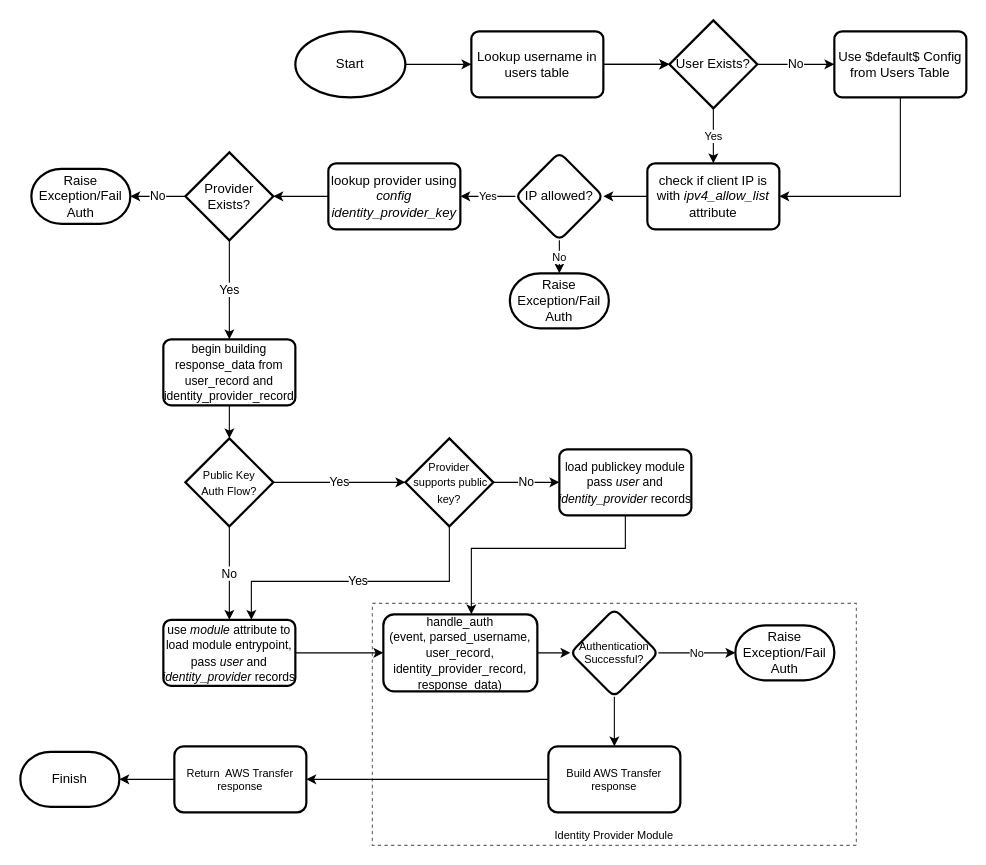
Before: page "authentication-logic" (2 of 4) of solutions/custom-idp/diagrams/aws-transfer-custom-idp-solution.drawio in aws-samples/toolkit-for-aws-transfer-family, a draw.io diagram. Source tidied: cells renumbered, new cells numbered last; positions are measured from the earlier drawing's top-left corner, leaving out a move shared by most shapes. Both pictures are drawn from the tidied source at 110%, with x=0, y=0 at pixel (20, 20).
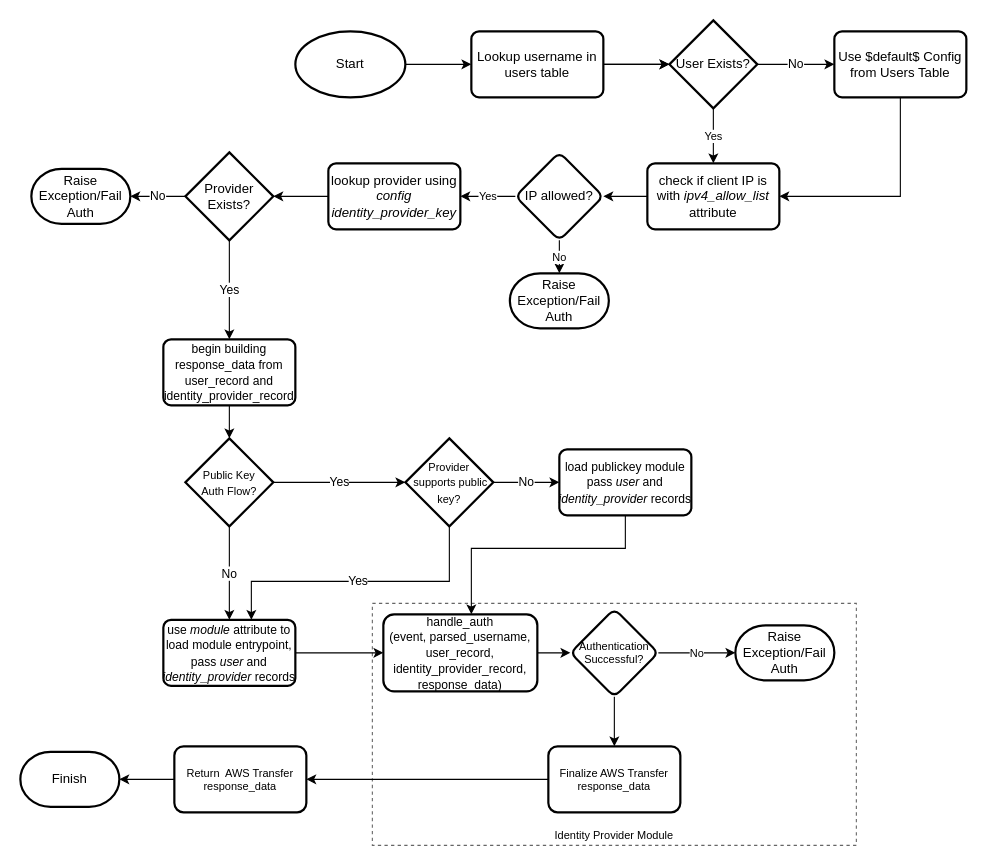
After the change.

Change to the diagram source:
```diff
@@
-    <mxCell id="27" value="Build AWS Transfer response" style="whiteSpace=wrap;html=1;fontSize=10;rounded=1;arcSize=14;strokeWidth=2;" parent="1" vertex="1">
+    <mxCell id="27" value="Finalize AWS Transfer response_data" style="whiteSpace=wrap;html=1;fontSize=10;rounded=1;arcSize=14;strokeWidth=2;" parent="1" vertex="1">
       <mxGeometry x="480" y="660" width="120" height="60" as="geometry" />
     </mxCell>
@@
-    <mxCell id="29" value="Return&amp;nbsp; AWS Transfer response" style="whiteSpace=wrap;html=1;fontSize=10;rounded=1;arcSize=14;strokeWidth=2;" parent="1" vertex="1">
+    <mxCell id="29" value="Return&amp;nbsp; AWS Transfer response_data" style="whiteSpace=wrap;html=1;fontSize=10;rounded=1;arcSize=14;strokeWidth=2;" parent="1" vertex="1">
       <mxGeometry x="140" y="660" width="120" height="60" as="geometry" />
     </mxCell>
```
